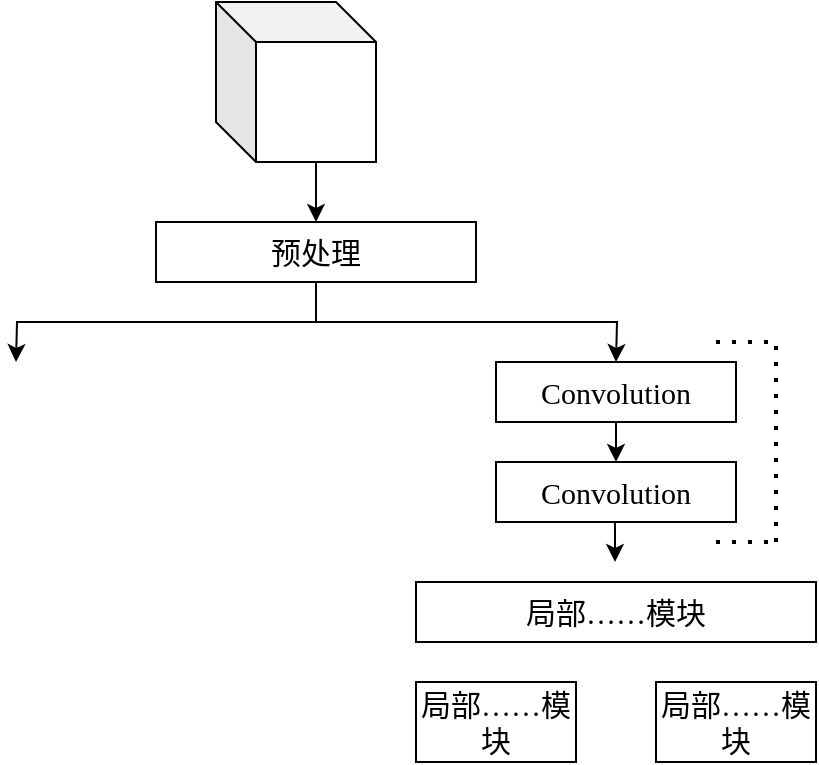
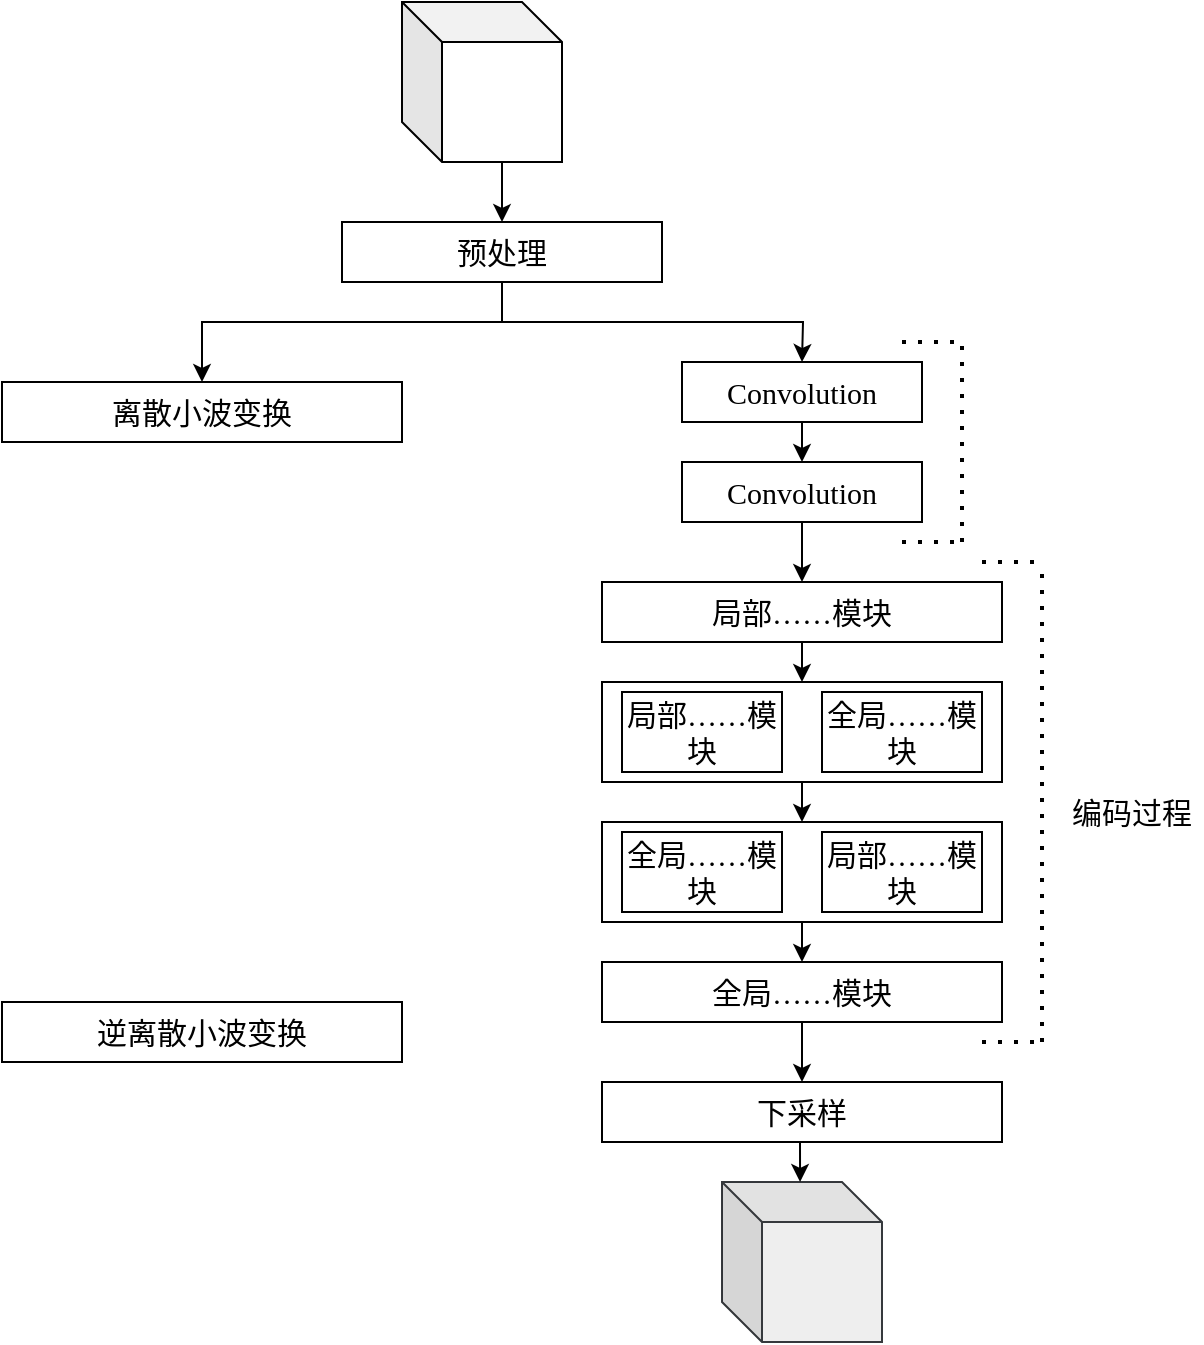
<mxfile host="app.diagrams.net">
  <diagram name="第 1 页" id="5Iq7FNl4cahkRyelhEuZ">
    <mxGraphModel dx="1406" dy="754" grid="1" gridSize="10" guides="1" tooltips="1" connect="1" arrows="1" fold="1" page="1" pageScale="1" pageWidth="827" pageHeight="1169" math="0" shadow="0">
      <root>
        <mxCell id="0" />
        <mxCell id="1" parent="0" />
-         <mxCell id="zwdBU7YMSMu1EzGOEkfI-1" edge="1" parent="1" source="zwdBU7YMSMu1EzGOEkfI-3" style="edgeStyle=orthogonalEdgeStyle;rounded=0;orthogonalLoop=1;jettySize=auto;html=1;exitX=0.5;exitY=1;exitDx=0;exitDy=0;entryX=0.5;entryY=0;entryDx=0;entryDy=0;fontFamily=Times New Roman;">
+         <mxCell id="zwdBU7YMSMu1EzGOEkfI-1" edge="1" parent="1" source="zwdBU7YMSMu1EzGOEkfI-3" style="edgeStyle=orthogonalEdgeStyle;rounded=0;orthogonalLoop=1;jettySize=auto;html=1;exitX=0.5;exitY=1;exitDx=0;exitDy=0;entryX=0.5;entryY=0;entryDx=0;entryDy=0;fontFamily=Times New Roman;" target="1ujZz8C-JaTFy7bkJe4T-16">
          <mxGeometry relative="1" as="geometry">
+             <Array as="points">
+               <mxPoint x="410" y="180" />
+               <mxPoint x="260" y="180" />
+             </Array>
            <mxPoint x="260" y="200" as="targetPoint" />
          </mxGeometry>
        </mxCell>
        <mxCell id="zwdBU7YMSMu1EzGOEkfI-2" edge="1" parent="1" source="zwdBU7YMSMu1EzGOEkfI-3" style="edgeStyle=orthogonalEdgeStyle;rounded=0;orthogonalLoop=1;jettySize=auto;html=1;exitX=0.5;exitY=1;exitDx=0;exitDy=0;fontFamily=Times New Roman;">
          <mxGeometry relative="1" as="geometry">
            <mxPoint x="560" y="200" as="targetPoint" />
          </mxGeometry>
        </mxCell>
        <mxCell id="zwdBU7YMSMu1EzGOEkfI-3" parent="1" style="rounded=0;whiteSpace=wrap;html=1;fontFamily=Times New Roman;" value="&lt;font style=&quot;font-size: 15px;&quot;&gt;预处理&lt;/font&gt;" vertex="1">
          <mxGeometry height="30" width="160" x="330" y="130" as="geometry" />
        </mxCell>
        <mxCell id="zwdBU7YMSMu1EzGOEkfI-4" parent="1" style="shape=cube;whiteSpace=wrap;html=1;boundedLbl=1;backgroundOutline=1;darkOpacity=0.05;darkOpacity2=0.1;fontFamily=Times New Roman;" value="" vertex="1">
          <mxGeometry height="80" width="80" x="360" y="20" as="geometry" />
        </mxCell>
        <mxCell id="zwdBU7YMSMu1EzGOEkfI-5" edge="1" parent="1" source="zwdBU7YMSMu1EzGOEkfI-4" style="endArrow=classic;html=1;rounded=0;exitX=0;exitY=0;exitDx=50;exitDy=80;exitPerimeter=0;entryX=0.5;entryY=0;entryDx=0;entryDy=0;fontFamily=Times New Roman;" target="zwdBU7YMSMu1EzGOEkfI-3" value="">
          <mxGeometry height="50" relative="1" width="50" as="geometry">
            <Array as="points" />
            <mxPoint x="470" y="450" as="sourcePoint" />
            <mxPoint x="470" y="470" as="targetPoint" />
          </mxGeometry>
        </mxCell>
+         <mxCell id="1ujZz8C-JaTFy7bkJe4T-23" edge="1" parent="1" source="zwdBU7YMSMu1EzGOEkfI-6" style="edgeStyle=orthogonalEdgeStyle;rounded=0;orthogonalLoop=1;jettySize=auto;html=1;exitX=0.5;exitY=1;exitDx=0;exitDy=0;entryX=0.5;entryY=0;entryDx=0;entryDy=0;" target="zwdBU7YMSMu1EzGOEkfI-13">
+           <mxGeometry relative="1" as="geometry" />
+         </mxCell>
        <mxCell id="zwdBU7YMSMu1EzGOEkfI-6" parent="1" style="rounded=0;whiteSpace=wrap;html=1;fontFamily=Times New Roman;" value="&lt;font style=&quot;font-size: 15px;&quot;&gt;Convolution&lt;/font&gt;" vertex="1">
          <mxGeometry height="30" width="120" x="500" y="250" as="geometry" />
        </mxCell>
-         <mxCell id="zwdBU7YMSMu1EzGOEkfI-8" edge="1" parent="1" source="zwdBU7YMSMu1EzGOEkfI-7" style="edgeStyle=orthogonalEdgeStyle;rounded=0;orthogonalLoop=1;jettySize=auto;html=1;exitX=0.5;exitY=1;exitDx=0;exitDy=0;entryX=0.5;entryY=0;entryDx=0;entryDy=0;" target="zwdBU7YMSMu1EzGOEkfI-6">
+         <mxCell id="zwdBU7YMSMu1EzGOEkfI-8" edge="1" parent="1" source="zwdBU7YMSMu1EzGOEkfI-7" style="edgeStyle=orthogonalEdgeStyle;rounded=0;orthogonalLoop=1;jettySize=auto;html=1;exitX=0.5;exitY=1;exitDx=0;exitDy=0;entryX=0.5;entryY=0;entryDx=0;entryDy=0;fontFamily=Times New Roman;" target="zwdBU7YMSMu1EzGOEkfI-6">
          <mxGeometry relative="1" as="geometry">
            <Array as="points">
              <mxPoint x="560" y="240" />
              <mxPoint x="560" y="240" />
            </Array>
          </mxGeometry>
        </mxCell>
        <mxCell id="zwdBU7YMSMu1EzGOEkfI-7" parent="1" style="rounded=0;whiteSpace=wrap;html=1;fontFamily=Times New Roman;" value="&lt;font style=&quot;font-size: 15px;&quot;&gt;Convolution&lt;/font&gt;" vertex="1">
          <mxGeometry height="30" width="120" x="500" y="200" as="geometry" />
        </mxCell>
-         <mxCell id="zwdBU7YMSMu1EzGOEkfI-9" edge="1" parent="1" style="endArrow=none;dashed=1;html=1;dashPattern=1 3;strokeWidth=2;rounded=0;" value="">
+         <mxCell id="zwdBU7YMSMu1EzGOEkfI-9" edge="1" parent="1" style="endArrow=none;dashed=1;html=1;dashPattern=1 3;strokeWidth=2;rounded=0;fontFamily=Times New Roman;" value="">
          <mxGeometry height="50" relative="1" width="50" as="geometry">
            <mxPoint x="610" y="190" as="sourcePoint" />
            <mxPoint x="640" y="190" as="targetPoint" />
          </mxGeometry>
        </mxCell>
-         <mxCell id="zwdBU7YMSMu1EzGOEkfI-10" edge="1" parent="1" style="endArrow=none;dashed=1;html=1;dashPattern=1 3;strokeWidth=2;rounded=0;" value="">
+         <mxCell id="zwdBU7YMSMu1EzGOEkfI-10" edge="1" parent="1" style="endArrow=none;dashed=1;html=1;dashPattern=1 3;strokeWidth=2;rounded=0;fontFamily=Times New Roman;" value="">
          <mxGeometry height="50" relative="1" width="50" as="geometry">
            <mxPoint x="640" y="290" as="sourcePoint" />
            <mxPoint x="640" y="190" as="targetPoint" />
          </mxGeometry>
        </mxCell>
-         <mxCell id="zwdBU7YMSMu1EzGOEkfI-11" edge="1" parent="1" style="endArrow=none;dashed=1;html=1;dashPattern=1 3;strokeWidth=2;rounded=0;" value="">
+         <mxCell id="zwdBU7YMSMu1EzGOEkfI-11" edge="1" parent="1" style="endArrow=none;dashed=1;html=1;dashPattern=1 3;strokeWidth=2;rounded=0;fontFamily=Times New Roman;" value="">
          <mxGeometry height="50" relative="1" width="50" as="geometry">
            <mxPoint x="610" y="290" as="sourcePoint" />
            <mxPoint x="640" y="290" as="targetPoint" />
          </mxGeometry>
        </mxCell>
-         <mxCell id="zwdBU7YMSMu1EzGOEkfI-12" edge="1" parent="1" style="edgeStyle=orthogonalEdgeStyle;rounded=0;orthogonalLoop=1;jettySize=auto;html=1;exitX=0.5;exitY=1;exitDx=0;exitDy=0;entryX=0.5;entryY=0;entryDx=0;entryDy=0;">
-           <mxGeometry relative="1" as="geometry">
-             <Array as="points">
-               <mxPoint x="559.5" y="290" />
-               <mxPoint x="559.5" y="290" />
-             </Array>
-             <mxPoint x="559.5" y="280" as="sourcePoint" />
-             <mxPoint x="559.5" y="300" as="targetPoint" />
-           </mxGeometry>
+         <mxCell id="1ujZz8C-JaTFy7bkJe4T-10" edge="1" parent="1" source="zwdBU7YMSMu1EzGOEkfI-13" style="edgeStyle=orthogonalEdgeStyle;rounded=0;orthogonalLoop=1;jettySize=auto;html=1;exitX=0.5;exitY=1;exitDx=0;exitDy=0;entryX=0.5;entryY=0;entryDx=0;entryDy=0;fontFamily=Times New Roman;" target="1ujZz8C-JaTFy7bkJe4T-4">
+           <mxGeometry relative="1" as="geometry" />
        </mxCell>
        <mxCell id="zwdBU7YMSMu1EzGOEkfI-13" parent="1" style="rounded=0;whiteSpace=wrap;html=1;fontFamily=Times New Roman;" value="&lt;span style=&quot;font-size: 15px;&quot;&gt;局部……模块&lt;/span&gt;" vertex="1">
          <mxGeometry height="30" width="200" x="460" y="310" as="geometry" />
        </mxCell>
-         <mxCell id="zwdBU7YMSMu1EzGOEkfI-14" parent="1" style="rounded=0;whiteSpace=wrap;html=1;fontFamily=Times New Roman;" value="&lt;span style=&quot;font-size: 15px;&quot;&gt;局部……模块&lt;/span&gt;" vertex="1">
-           <mxGeometry height="40" width="80" x="460" y="360" as="geometry" />
+         <mxCell id="1ujZz8C-JaTFy7bkJe4T-14" edge="1" parent="1" source="1ujZz8C-JaTFy7bkJe4T-3" style="edgeStyle=orthogonalEdgeStyle;rounded=0;orthogonalLoop=1;jettySize=auto;html=1;exitX=0.5;exitY=1;exitDx=0;exitDy=0;fontFamily=Times New Roman;">
+           <mxGeometry relative="1" as="geometry">
+             <mxPoint x="560" y="560" as="targetPoint" />
+           </mxGeometry>
        </mxCell>
-         <mxCell id="zwdBU7YMSMu1EzGOEkfI-15" parent="1" style="rounded=0;whiteSpace=wrap;html=1;fontFamily=Times New Roman;" value="&lt;span style=&quot;font-size: 15px;&quot;&gt;局部……模块&lt;/span&gt;" vertex="1">
-           <mxGeometry height="40" width="80" x="580" y="360" as="geometry" />
+         <mxCell id="1ujZz8C-JaTFy7bkJe4T-3" parent="1" style="rounded=0;whiteSpace=wrap;html=1;fontFamily=Times New Roman;" value="&lt;span style=&quot;font-size: 15px;&quot;&gt;全局……模块&lt;/span&gt;" vertex="1">
+           <mxGeometry height="30" width="200" x="460" y="500" as="geometry" />
+         </mxCell>
+         <mxCell id="1ujZz8C-JaTFy7bkJe4T-6" connectable="0" parent="1" style="group;fontFamily=Times New Roman;" value="" vertex="1">
+           <mxGeometry height="50" width="200" x="460" y="360" as="geometry" />
+         </mxCell>
+         <mxCell id="1ujZz8C-JaTFy7bkJe4T-4" parent="1ujZz8C-JaTFy7bkJe4T-6" style="rounded=0;whiteSpace=wrap;html=1;fontFamily=Times New Roman;" value="" vertex="1">
+           <mxGeometry height="50" width="200" as="geometry" />
+         </mxCell>
+         <mxCell id="zwdBU7YMSMu1EzGOEkfI-14" parent="1ujZz8C-JaTFy7bkJe4T-6" style="rounded=0;whiteSpace=wrap;html=1;fontFamily=Times New Roman;" value="&lt;span style=&quot;font-size: 15px;&quot;&gt;局部……模块&lt;/span&gt;" vertex="1">
+           <mxGeometry height="40" width="80" x="10" y="5" as="geometry" />
+         </mxCell>
+         <mxCell id="zwdBU7YMSMu1EzGOEkfI-15" parent="1ujZz8C-JaTFy7bkJe4T-6" style="rounded=0;whiteSpace=wrap;html=1;fontFamily=Times New Roman;" value="&lt;span style=&quot;font-size: 15px;&quot;&gt;全局……模块&lt;/span&gt;" vertex="1">
+           <mxGeometry height="40" width="80" x="110" y="5" as="geometry" />
+         </mxCell>
+         <mxCell id="1ujZz8C-JaTFy7bkJe4T-7" connectable="0" parent="1" style="group;fontFamily=Times New Roman;" value="" vertex="1">
+           <mxGeometry height="50" width="200" x="460" y="430" as="geometry" />
+         </mxCell>
+         <mxCell id="1ujZz8C-JaTFy7bkJe4T-5" parent="1ujZz8C-JaTFy7bkJe4T-7" style="rounded=0;whiteSpace=wrap;html=1;fontFamily=Times New Roman;" value="" vertex="1">
+           <mxGeometry height="50" width="200" as="geometry" />
+         </mxCell>
+         <mxCell id="1ujZz8C-JaTFy7bkJe4T-1" parent="1ujZz8C-JaTFy7bkJe4T-7" style="rounded=0;whiteSpace=wrap;html=1;fontFamily=Times New Roman;" value="&lt;span style=&quot;font-size: 15px;&quot;&gt;全局……模块&lt;/span&gt;" vertex="1">
+           <mxGeometry height="40" width="80" x="10" y="5" as="geometry" />
+         </mxCell>
+         <mxCell id="1ujZz8C-JaTFy7bkJe4T-2" parent="1ujZz8C-JaTFy7bkJe4T-7" style="rounded=0;whiteSpace=wrap;html=1;fontFamily=Times New Roman;" value="&lt;span style=&quot;font-size: 15px;&quot;&gt;局部……模块&lt;/span&gt;" vertex="1">
+           <mxGeometry height="40" width="80" x="110" y="5" as="geometry" />
+         </mxCell>
+         <mxCell id="1ujZz8C-JaTFy7bkJe4T-11" edge="1" parent="1" source="1ujZz8C-JaTFy7bkJe4T-4" style="edgeStyle=orthogonalEdgeStyle;rounded=0;orthogonalLoop=1;jettySize=auto;html=1;exitX=0.5;exitY=1;exitDx=0;exitDy=0;entryX=0.5;entryY=0;entryDx=0;entryDy=0;fontFamily=Times New Roman;" target="1ujZz8C-JaTFy7bkJe4T-5">
+           <mxGeometry relative="1" as="geometry" />
+         </mxCell>
+         <mxCell id="1ujZz8C-JaTFy7bkJe4T-13" edge="1" parent="1" source="1ujZz8C-JaTFy7bkJe4T-5" style="edgeStyle=orthogonalEdgeStyle;rounded=0;orthogonalLoop=1;jettySize=auto;html=1;exitX=0.5;exitY=1;exitDx=0;exitDy=0;entryX=0.5;entryY=0;entryDx=0;entryDy=0;fontFamily=Times New Roman;" target="1ujZz8C-JaTFy7bkJe4T-3">
+           <mxGeometry relative="1" as="geometry" />
+         </mxCell>
+         <mxCell id="1ujZz8C-JaTFy7bkJe4T-15" parent="1" style="rounded=0;whiteSpace=wrap;html=1;fontFamily=Times New Roman;" value="&lt;font style=&quot;font-size: 15px;&quot;&gt;下采样&lt;/font&gt;" vertex="1">
+           <mxGeometry height="30" width="200" x="460" y="560" as="geometry" />
+         </mxCell>
+         <mxCell id="1ujZz8C-JaTFy7bkJe4T-16" parent="1" style="rounded=0;whiteSpace=wrap;html=1;fontFamily=Times New Roman;" value="&lt;span style=&quot;font-size: 15px;&quot;&gt;离散小波变换&lt;/span&gt;" vertex="1">
+           <mxGeometry height="30" width="200" x="160" y="210" as="geometry" />
+         </mxCell>
+         <mxCell id="1ujZz8C-JaTFy7bkJe4T-17" edge="1" parent="1" style="endArrow=none;dashed=1;html=1;dashPattern=1 3;strokeWidth=2;rounded=0;fontFamily=Times New Roman;" value="">
+           <mxGeometry height="50" relative="1" width="50" as="geometry">
+             <mxPoint x="650" y="300" as="sourcePoint" />
+             <mxPoint x="680" y="300" as="targetPoint" />
+           </mxGeometry>
+         </mxCell>
+         <mxCell id="1ujZz8C-JaTFy7bkJe4T-18" edge="1" parent="1" style="endArrow=none;dashed=1;html=1;dashPattern=1 3;strokeWidth=2;rounded=0;fontFamily=Times New Roman;" value="">
+           <mxGeometry height="50" relative="1" width="50" as="geometry">
+             <mxPoint x="680" y="540" as="sourcePoint" />
+             <mxPoint x="680" y="300" as="targetPoint" />
+           </mxGeometry>
+         </mxCell>
+         <mxCell id="1ujZz8C-JaTFy7bkJe4T-19" edge="1" parent="1" style="endArrow=none;dashed=1;html=1;dashPattern=1 3;strokeWidth=2;rounded=0;fontFamily=Times New Roman;" value="">
+           <mxGeometry height="50" relative="1" width="50" as="geometry">
+             <mxPoint x="650" y="540" as="sourcePoint" />
+             <mxPoint x="680" y="540" as="targetPoint" />
+           </mxGeometry>
+         </mxCell>
+         <mxCell id="1ujZz8C-JaTFy7bkJe4T-20" parent="1" style="text;html=1;whiteSpace=wrap;strokeColor=none;fillColor=none;align=center;verticalAlign=middle;rounded=0;" value="&lt;font style=&quot;font-size: 15px;&quot;&gt;编码过程&lt;/font&gt;" vertex="1">
+           <mxGeometry height="30" width="70" x="690" y="410" as="geometry" />
+         </mxCell>
+         <mxCell id="1ujZz8C-JaTFy7bkJe4T-21" parent="1" style="rounded=0;whiteSpace=wrap;html=1;fontFamily=Times New Roman;" value="&lt;span style=&quot;font-size: 15px;&quot;&gt;逆离散小波变换&lt;/span&gt;" vertex="1">
+           <mxGeometry height="30" width="200" x="160" y="520" as="geometry" />
+         </mxCell>
+         <mxCell id="1ujZz8C-JaTFy7bkJe4T-24" parent="1" style="shape=cube;whiteSpace=wrap;html=1;boundedLbl=1;backgroundOutline=1;darkOpacity=0.05;darkOpacity2=0.1;fontFamily=Times New Roman;fillColor=#eeeeee;strokeColor=#36393d;" value="" vertex="1">
+           <mxGeometry height="80" width="80" x="520" y="610" as="geometry" />
+         </mxCell>
+         <mxCell id="1ujZz8C-JaTFy7bkJe4T-25" edge="1" parent="1" source="1ujZz8C-JaTFy7bkJe4T-15" style="edgeStyle=orthogonalEdgeStyle;rounded=0;orthogonalLoop=1;jettySize=auto;html=1;exitX=0.5;exitY=1;exitDx=0;exitDy=0;entryX=0.488;entryY=0;entryDx=0;entryDy=0;entryPerimeter=0;" target="1ujZz8C-JaTFy7bkJe4T-24">
+           <mxGeometry relative="1" as="geometry" />
        </mxCell>
      </root>
    </mxGraphModel>
  </diagram>
</mxfile>
